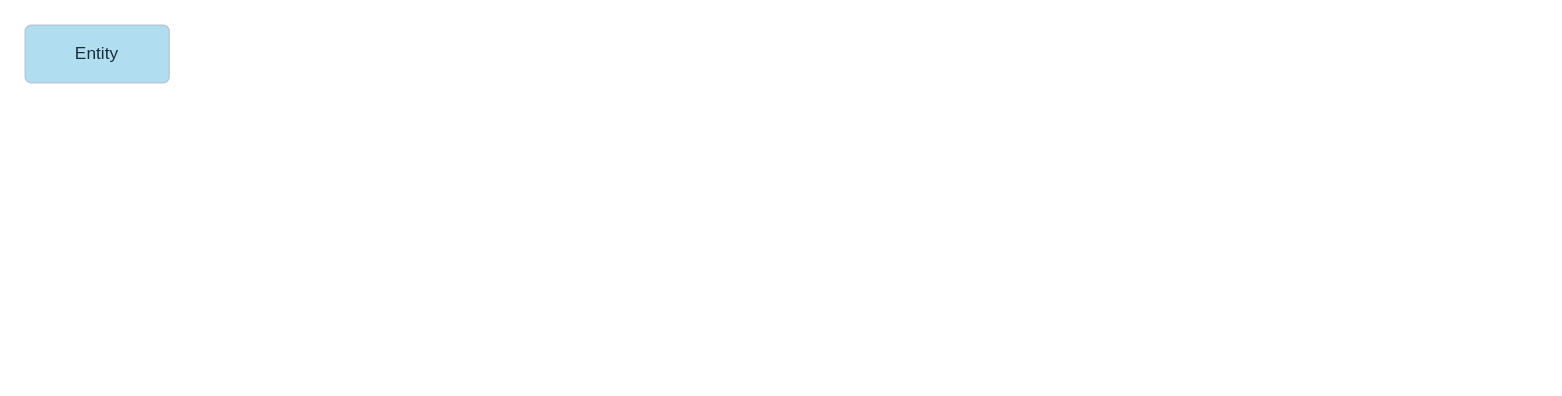
Before: Stringer.drawio in IP2312/Database, a draw.io diagram. Source tidied: cells renumbered, new cells numbered last; positions are measured from the earlier drawing's top-left corner, leaving out a move shared by most shapes. Both pictures are drawn from the tidied source at 144%, with x=0, y=0 at pixel (24, 24).
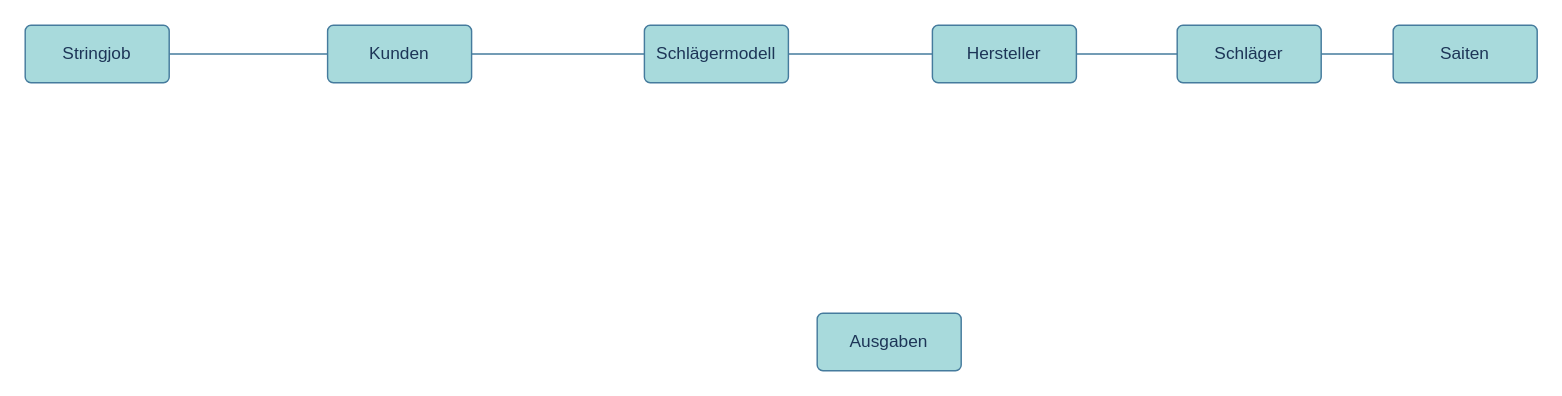
The same page after the edit.

Diff of the diagram source:
```diff
@@
 <mxGraphModel>
   <root>
     <mxCell id="0" />
     <mxCell id="1" parent="0" />
+    <mxCell id="3" style="edgeStyle=orthogonalEdgeStyle;rounded=0;jettySize=auto;html=1;entryX=0;entryY=0.5;entryDx=0;entryDy=0;strokeColor=#457B9D;fontColor=default;endArrow=none;startFill=0;labelBackgroundColor=none;" parent="1" edge="1" source="2" target="5">
+      <mxGeometry relative="1" as="geometry" />
+    </mxCell>
-    <mxCell id="2" value="Entity" style="rounded=1;arcSize=10;whiteSpace=wrap;html=1;align=center;labelBackgroundColor=none;fillColor=#B1DDF0;strokeColor=#BAC8D3;fontColor=#182E3E;" parent="1" vertex="1">
+    <mxCell id="2" value="Stringjob" style="rounded=1;arcSize=10;whiteSpace=wrap;html=1;align=center;labelBackgroundColor=none;fillColor=#A8DADC;strokeColor=#457B9D;fontColor=#1D3557;" parent="1" vertex="1">
       <mxGeometry width="100" height="40" as="geometry" />
     </mxCell>
+    <mxCell id="4" style="edgeStyle=orthogonalEdgeStyle;shape=connector;rounded=0;jettySize=auto;html=1;entryX=0;entryY=0.5;entryDx=0;entryDy=0;strokeColor=#457B9D;align=center;verticalAlign=middle;fontFamily=Helvetica;fontSize=11;fontColor=default;labelBackgroundColor=none;startFill=0;endArrow=none;" parent="1" edge="1" source="13" target="7">
+      <mxGeometry relative="1" as="geometry" />
+    </mxCell>
+    <mxCell id="5" value="Kunden" style="rounded=1;arcSize=10;whiteSpace=wrap;html=1;align=center;labelBackgroundColor=none;fillColor=#A8DADC;strokeColor=#457B9D;fontColor=#1D3557;" parent="1" vertex="1">
+      <mxGeometry x="210" width="100" height="40" as="geometry" />
+    </mxCell>
+    <mxCell id="6" style="edgeStyle=orthogonalEdgeStyle;shape=connector;rounded=0;jettySize=auto;html=1;exitX=1;exitY=0.5;exitDx=0;exitDy=0;entryX=0;entryY=0.5;entryDx=0;entryDy=0;strokeColor=#457B9D;align=center;verticalAlign=middle;fontFamily=Helvetica;fontSize=11;fontColor=default;labelBackgroundColor=none;startFill=0;endArrow=none;" parent="1" edge="1" source="7" target="8">
+      <mxGeometry relative="1" as="geometry" />
+    </mxCell>
+    <mxCell id="7" value="Schläger" style="rounded=1;arcSize=10;whiteSpace=wrap;html=1;align=center;labelBackgroundColor=none;fillColor=#A8DADC;strokeColor=#457B9D;fontColor=#1D3557;" parent="1" vertex="1">
+      <mxGeometry x="800" width="100" height="40" as="geometry" />
+    </mxCell>
+    <mxCell id="8" value="Saiten" style="rounded=1;arcSize=10;whiteSpace=wrap;html=1;align=center;labelBackgroundColor=none;fillColor=#A8DADC;strokeColor=#457B9D;fontColor=#1D3557;" parent="1" vertex="1">
+      <mxGeometry x="950" width="100" height="40" as="geometry" />
+    </mxCell>
+    <mxCell id="9" value="Ausgaben" style="rounded=1;arcSize=10;whiteSpace=wrap;html=1;align=center;labelBackgroundColor=none;fillColor=#A8DADC;strokeColor=#457B9D;fontColor=#1D3557;" parent="1" vertex="1">
+      <mxGeometry x="550" y="200" width="100" height="40" as="geometry" />
+    </mxCell>
+    <mxCell id="10" style="edgeStyle=orthogonalEdgeStyle;shape=connector;rounded=0;jettySize=auto;html=1;entryX=0;entryY=0.5;entryDx=0;entryDy=0;strokeColor=#457B9D;align=center;verticalAlign=middle;fontFamily=Helvetica;fontSize=11;fontColor=default;labelBackgroundColor=none;startFill=0;endArrow=none;" parent="1" edge="1" source="5" target="11">
+      <mxGeometry relative="1" as="geometry" />
+    </mxCell>
+    <mxCell id="11" value="Schlägermodell" style="rounded=1;arcSize=10;whiteSpace=wrap;html=1;align=center;labelBackgroundColor=none;fillColor=#A8DADC;strokeColor=#457B9D;fontColor=#1D3557;" parent="1" vertex="1">
+      <mxGeometry x="430" width="100" height="40" as="geometry" />
+    </mxCell>
+    <mxCell id="12" style="edgeStyle=orthogonalEdgeStyle;shape=connector;rounded=0;jettySize=auto;html=1;entryX=0;entryY=0.5;entryDx=0;entryDy=0;strokeColor=#457B9D;align=center;verticalAlign=middle;fontFamily=Helvetica;fontSize=11;fontColor=default;labelBackgroundColor=none;startFill=0;endArrow=none;" parent="1" edge="1" source="11" target="13">
+      <mxGeometry relative="1" as="geometry" />
+    </mxCell>
+    <mxCell id="13" value="Hersteller" style="rounded=1;arcSize=10;whiteSpace=wrap;html=1;align=center;labelBackgroundColor=none;fillColor=#A8DADC;strokeColor=#457B9D;fontColor=#1D3557;" parent="1" vertex="1">
+      <mxGeometry x="630" width="100" height="40" as="geometry" />
+    </mxCell>
   </root>
 </mxGraphModel>
```
